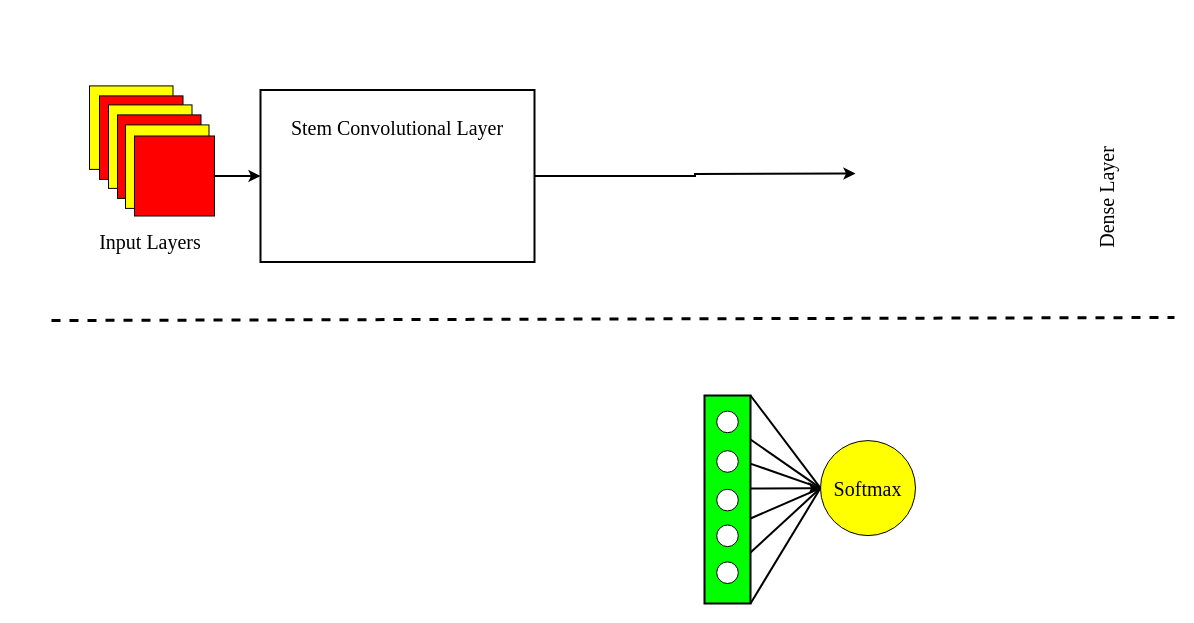
This is Efficient Net B7.drawio from a3X3k/-Random-, a draw.io file, before an edit. Source tidied: cells renumbered, new cells numbered last; positions are measured from the earlier drawing's top-left corner, leaving out a move shared by most shapes. Both pictures are drawn from the tidied source at 100%, with x=0, y=0 at pixel (51, 85).
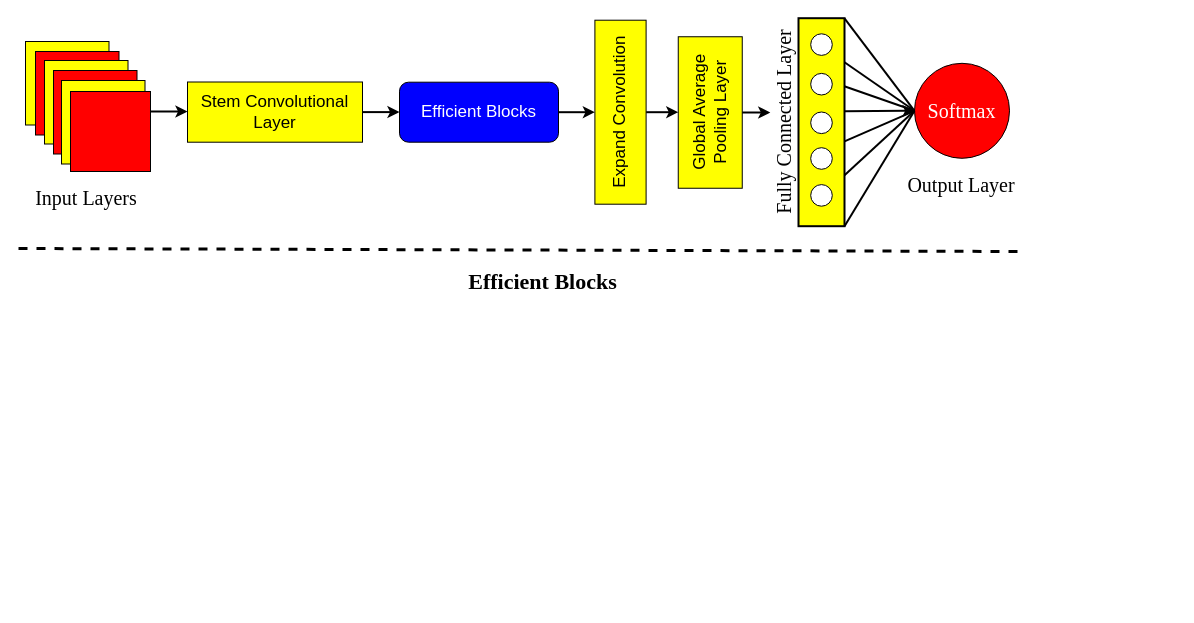
The same page after the edit.

The edit, as a diff of the source:
```diff
@@
-    <mxCell id="2" style="edgeStyle=orthogonalEdgeStyle;rounded=0;jettySize=auto;html=1;exitX=1;exitY=0.5;exitDx=0;exitDy=0;strokeWidth=2;entryX=0.5;entryY=0;entryDx=0;entryDy=0;" parent="1" edge="1" source="3">
-      <mxGeometry relative="1" as="geometry">
-        <mxPoint x="804" y="88" as="targetPoint" />
-      </mxGeometry>
-    </mxCell>
-    <mxCell id="3" style="rounded=0;whiteSpace=wrap;html=1;strokeWidth=2;labelPosition=center;verticalLabelPosition=middle;align=center;verticalAlign=middle;" parent="1" vertex="1">
-      <mxGeometry x="209" y="4.5" width="274" height="172" as="geometry" />
-    </mxCell>
     <mxCell id="4" style="whiteSpace=wrap;html=1;fillColor=#FFFF00;shadow=0;strokeColor=#000000;rounded=0;sketch=0;glass=0;strokeWidth=1;fillStyle=auto;perimeterSpacing=0;fontSize=20;" parent="1" vertex="1">
-      <mxGeometry x="38" y="0.4" width="83.5" height="83.5" as="geometry" />
+      <mxGeometry x="-26" y="-44" width="83.5" height="83.5" as="geometry" />
     </mxCell>
     <mxCell id="5" style="whiteSpace=wrap;html=1;fillColor=#FF0000;shadow=0;strokeColor=#000000;rounded=0;sketch=0;glass=0;strokeWidth=1;fillStyle=auto;perimeterSpacing=0;fontSize=20;" parent="1" vertex="1">
-      <mxGeometry x="48" y="10.4" width="83.5" height="83.5" as="geometry" />
+      <mxGeometry x="-16" y="-34" width="83.5" height="83.5" as="geometry" />
     </mxCell>
     <mxCell id="6" style="whiteSpace=wrap;html=1;fillColor=#FFFF00;shadow=0;strokeColor=#000000;rounded=0;sketch=0;glass=0;strokeWidth=1;fillStyle=auto;perimeterSpacing=0;fontSize=20;" parent="1" vertex="1">
-      <mxGeometry x="57" y="19.4" width="83.5" height="83.5" as="geometry" />
+      <mxGeometry x="-7" y="-25" width="83.5" height="83.5" as="geometry" />
     </mxCell>
     <mxCell id="7" style="whiteSpace=wrap;html=1;fillColor=#FF0000;shadow=0;strokeColor=#000000;rounded=0;sketch=0;glass=0;strokeWidth=1;fillStyle=auto;perimeterSpacing=0;fontSize=20;" parent="1" vertex="1">
-      <mxGeometry x="66" y="29.4" width="83.5" height="83.5" as="geometry" />
+      <mxGeometry x="2" y="-15" width="83.5" height="83.5" as="geometry" />
     </mxCell>
     <mxCell id="8" style="whiteSpace=wrap;html=1;fillColor=#FFFF00;shadow=0;strokeColor=#000000;rounded=0;sketch=0;glass=0;strokeWidth=1;fillStyle=auto;perimeterSpacing=0;fontSize=20;" parent="1" vertex="1">
-      <mxGeometry x="74" y="39.4" width="83.5" height="83.5" as="geometry" />
+      <mxGeometry x="10" y="-5" width="83.5" height="83.5" as="geometry" />
     </mxCell>
-    <mxCell id="9" style="edgeStyle=orthogonalEdgeStyle;rounded=0;jettySize=auto;html=1;exitX=1;exitY=0.5;exitDx=0;exitDy=0;entryX=0;entryY=0.5;entryDx=0;entryDy=0;strokeWidth=2;" parent="1" edge="1" source="10" target="3">
-      <mxGeometry relative="1" as="geometry" />
-    </mxCell>
+    <mxCell id="29" style="edgeStyle=orthogonalEdgeStyle;rounded=0;jettySize=auto;html=1;exitX=1;exitY=0.25;exitDx=0;exitDy=0;entryX=0;entryY=0.5;entryDx=0;entryDy=0;strokeWidth=2;" parent="1" edge="1" source="10" target="26">
+      <mxGeometry relative="1" as="geometry" />
+    </mxCell>
     <mxCell id="10" style="whiteSpace=wrap;html=1;fillColor=#FF0000;shadow=0;strokeColor=#000000;rounded=0;sketch=0;glass=0;strokeWidth=1;fillStyle=auto;perimeterSpacing=0;fontSize=20;flipH=0;flipV=1;rotation=0;" parent="1" vertex="1">
-      <mxGeometry x="83" y="50.5" width="80" height="80" as="geometry" />
+      <mxGeometry x="19" y="6" width="80" height="80" as="geometry" />
     </mxCell>
-    <mxCell id="11" style="rounded=0;whiteSpace=wrap;html=1;shadow=0;glass=0;sketch=0;fillStyle=auto;strokeColor=#000000;strokeWidth=2;fillColor=#00FF00;gradientColor=none;direction=south;textDirection=ltr;horizontal=0;fontFamily=Times New Roman;fontSize=20;" parent="1" vertex="1">
-      <mxGeometry x="653" y="310" width="46" height="208" as="geometry" />
+    <mxCell id="11" style="rounded=0;whiteSpace=wrap;html=1;shadow=0;glass=0;sketch=0;fillStyle=auto;strokeColor=#000000;strokeWidth=2;fillColor=#FFFF00;gradientColor=none;direction=south;textDirection=ltr;horizontal=0;fontFamily=Times New Roman;fontSize=20;" parent="1" vertex="1">
+      <mxGeometry x="747" y="-67.3" width="46" height="208" as="geometry" />
     </mxCell>
     <mxCell id="12" style="ellipse;whiteSpace=wrap;html=1;rounded=0;shadow=0;glass=0;sketch=0;fillStyle=auto;strokeColor=#000000;strokeWidth=1;fontFamily=Times New Roman;fontSize=20;fillColor=#FFFFFF;gradientColor=none;" parent="1" vertex="1">
-      <mxGeometry x="665.2" y="325.6" width="21.6" height="21.6" as="geometry" />
+      <mxGeometry x="759.2" y="-51.7" width="21.6" height="21.6" as="geometry" />
     </mxCell>
     <mxCell id="13" value="Input Layers" style="text;html=1;strokeColor=none;fillColor=none;align=center;verticalAlign=middle;whiteSpace=wrap;rounded=0;shadow=0;glass=0;sketch=0;fillStyle=auto;strokeWidth=1;fontFamily=Times New Roman;fontSize=20;" parent="1" vertex="1">
-      <mxGeometry x="43.6" y="141.3" width="110.2" height="30" as="geometry" />
+      <mxGeometry x="-20.4" y="96.9" width="110.2" height="30" as="geometry" />
     </mxCell>
     <mxCell id="14" style="ellipse;whiteSpace=wrap;html=1;rounded=0;shadow=0;glass=0;sketch=0;fillStyle=auto;strokeColor=#000000;strokeWidth=1;fontFamily=Times New Roman;fontSize=20;fillColor=#FFFFFF;gradientColor=none;" parent="1" vertex="1">
-      <mxGeometry x="665.2" y="365.2" width="21.6" height="21.6" as="geometry" />
+      <mxGeometry x="759.2" y="-12.1" width="21.6" height="21.6" as="geometry" />
     </mxCell>
     <mxCell id="15" style="ellipse;whiteSpace=wrap;html=1;rounded=0;shadow=0;glass=0;sketch=0;fillStyle=auto;strokeColor=#000000;strokeWidth=1;fontFamily=Times New Roman;fontSize=20;fillColor=#FFFFFF;gradientColor=none;" parent="1" vertex="1">
-      <mxGeometry x="665.2" y="403.8" width="21.6" height="21.6" as="geometry" />
+      <mxGeometry x="759.2" y="26.5" width="21.6" height="21.6" as="geometry" />
     </mxCell>
     <mxCell id="16" style="ellipse;whiteSpace=wrap;html=1;rounded=0;shadow=0;glass=0;sketch=0;fillStyle=auto;strokeColor=#000000;strokeWidth=1;fontFamily=Times New Roman;fontSize=20;fillColor=#FFFFFF;gradientColor=none;" parent="1" vertex="1">
-      <mxGeometry x="665.2" y="439.5" width="21.6" height="21.6" as="geometry" />
+      <mxGeometry x="759.2" y="62.2" width="21.6" height="21.6" as="geometry" />
     </mxCell>
     <mxCell id="17" style="ellipse;whiteSpace=wrap;html=1;rounded=0;shadow=0;glass=0;sketch=0;fillStyle=auto;strokeColor=#000000;strokeWidth=1;fontFamily=Times New Roman;fontSize=20;fillColor=#FFFFFF;gradientColor=none;" parent="1" vertex="1">
-      <mxGeometry x="665.2" y="476.4" width="21.6" height="21.6" as="geometry" />
+      <mxGeometry x="759.2" y="99.1" width="21.6" height="21.6" as="geometry" />
     </mxCell>
-    <mxCell id="18" value="Softmax" style="ellipse;whiteSpace=wrap;html=1;rounded=0;shadow=0;glass=0;sketch=0;fillStyle=auto;strokeColor=#000000;strokeWidth=1;fontFamily=Times New Roman;fontSize=20;fillColor=#FFFF00;gradientColor=none;" parent="1" vertex="1">
-      <mxGeometry x="769" y="355.1" width="95" height="95" as="geometry" />
+    <mxCell id="18" value="&lt;font color=&quot;#ffffff&quot;&gt;Softmax&lt;/font&gt;" style="ellipse;whiteSpace=wrap;html=1;rounded=0;shadow=0;glass=0;sketch=0;fillStyle=auto;strokeColor=#000000;strokeWidth=1;fontFamily=Times New Roman;fontSize=20;fillColor=#FF0000;gradientColor=none;" parent="1" vertex="1">
+      <mxGeometry x="863" y="-22.2" width="95" height="95" as="geometry" />
     </mxCell>
     <mxCell id="19" style="endArrow=classic;html=1;rounded=0;strokeWidth=2;fontFamily=Times New Roman;fontSize=20;entryX=0;entryY=0.5;entryDx=0;entryDy=0;" parent="1" edge="1" target="18">
       <mxGeometry relative="1" as="geometry">
-        <mxPoint x="699" y="403" as="sourcePoint" />
+        <mxPoint x="793" y="25.8" as="sourcePoint" />
       </mxGeometry>
     </mxCell>
     <mxCell id="20" style="endArrow=none;html=1;rounded=0;strokeWidth=2;fontFamily=Times New Roman;fontSize=20;exitX=0;exitY=0.5;exitDx=0;exitDy=0;" parent="1" edge="1" source="18">
       <mxGeometry relative="1" as="geometry">
-        <mxPoint x="699" y="310" as="targetPoint" />
+        <mxPoint x="793" y="-67.2" as="targetPoint" />
       </mxGeometry>
     </mxCell>
     <mxCell id="21" style="endArrow=none;html=1;rounded=0;strokeWidth=2;fontFamily=Times New Roman;fontSize=20;entryX=0;entryY=0.5;entryDx=0;entryDy=0;" parent="1" edge="1" target="18">
       <mxGeometry relative="1" as="geometry">
-        <mxPoint x="699" y="518" as="sourcePoint" />
+        <mxPoint x="793" y="140.8" as="sourcePoint" />
       </mxGeometry>
     </mxCell>
     <mxCell id="22" style="endArrow=none;html=1;rounded=0;strokeWidth=2;fontFamily=Times New Roman;fontSize=20;entryX=0;entryY=0.5;entryDx=0;entryDy=0;" parent="1" edge="1" target="18">
       <mxGeometry relative="1" as="geometry">
-        <mxPoint x="699" y="354" as="sourcePoint" />
+        <mxPoint x="793" y="-23.2" as="sourcePoint" />
       </mxGeometry>
     </mxCell>
     <mxCell id="23" style="endArrow=none;html=1;rounded=0;strokeWidth=2;fontFamily=Times New Roman;fontSize=20;entryX=0;entryY=0.5;entryDx=0;entryDy=0;" parent="1" edge="1" target="18">
       <mxGeometry relative="1" as="geometry">
-        <mxPoint x="699" y="467" as="sourcePoint" />
+        <mxPoint x="793" y="89.8" as="sourcePoint" />
       </mxGeometry>
     </mxCell>
     <mxCell id="24" style="endArrow=none;html=1;rounded=0;strokeWidth=2;fontFamily=Times New Roman;fontSize=20;fontColor=#000000;entryX=0;entryY=0.5;entryDx=0;entryDy=0;" parent="1" edge="1" target="18">
       <mxGeometry relative="1" as="geometry">
-        <mxPoint x="699" y="433" as="sourcePoint" />
+        <mxPoint x="793" y="55.8" as="sourcePoint" />
       </mxGeometry>
     </mxCell>
     <mxCell id="25" style="endArrow=none;html=1;rounded=0;strokeWidth=2;fontFamily=Times New Roman;fontSize=20;fontColor=#000000;entryX=0;entryY=0.5;entryDx=0;entryDy=0;exitX=0.186;exitY=0.414;exitDx=0;exitDy=0;exitPerimeter=0;" parent="1" edge="1" target="18">
       <mxGeometry relative="1" as="geometry">
-        <mxPoint x="698.8" y="378.1" as="sourcePoint" />
+        <mxPoint x="792.8" y="0.8" as="sourcePoint" />
       </mxGeometry>
     </mxCell>
-    <mxCell id="26" value="Stem Convolutional Layer" style="text;html=1;strokeColor=none;fillColor=none;align=center;verticalAlign=middle;whiteSpace=wrap;rounded=0;shadow=0;glass=0;sketch=0;fillStyle=auto;strokeWidth=1;fontFamily=Times New Roman;fontSize=20;" parent="1" vertex="1">
-      <mxGeometry x="235" y="27.2" width="222" height="30" as="geometry" />
-    </mxCell>
-    <mxCell id="27" value="Dense Layer" style="text;html=1;strokeColor=none;fillColor=none;align=center;verticalAlign=middle;whiteSpace=wrap;rounded=0;shadow=0;glass=0;sketch=0;fillStyle=auto;strokeWidth=1;fontFamily=Times New Roman;fontSize=20;horizontal=1;rotation=270;" parent="1" vertex="1">
-      <mxGeometry x="999" y="97" width="111" height="30" as="geometry" />
+    <mxCell id="27" value="Fully Connected Layer" style="text;html=1;strokeColor=none;fillColor=none;align=center;verticalAlign=middle;whiteSpace=wrap;rounded=0;shadow=0;glass=0;sketch=0;fillStyle=auto;strokeWidth=1;fontFamily=Times New Roman;fontSize=20;horizontal=1;rotation=270;" parent="1" vertex="1">
+      <mxGeometry x="633" y="21.7" width="196.5" height="30" as="geometry" />
     </mxCell>
     <mxCell id="28" style="endArrow=none;dashed=1;html=1;rounded=0;strokeWidth=3;" parent="1" edge="1">
       <mxGeometry relative="1" as="geometry">
-        <mxPoint y="235" as="sourcePoint" />
-        <mxPoint x="1123" y="232" as="targetPoint" />
+        <mxPoint x="-33" y="163" as="sourcePoint" />
+        <mxPoint x="968" y="166" as="targetPoint" />
       </mxGeometry>
     </mxCell>
+    <mxCell id="30" style="edgeStyle=orthogonalEdgeStyle;rounded=0;jettySize=auto;html=1;exitX=1;exitY=0.5;exitDx=0;exitDy=0;entryX=0.5;entryY=0;entryDx=0;entryDy=0;strokeWidth=2;" parent="1" edge="1" source="31" target="34">
+      <mxGeometry relative="1" as="geometry" />
+    </mxCell>
+    <mxCell id="31" value="&lt;font color=&quot;#ffffff&quot; style=&quot;font-size: 17px;&quot;&gt;Efficient Blocks&lt;/font&gt;" style="rounded=1;whiteSpace=wrap;html=1;fillColor=#0000FF;" parent="1" vertex="1">
+      <mxGeometry x="348" y="-3.3" width="159" height="60" as="geometry" />
+    </mxCell>
+    <mxCell id="32" style="edgeStyle=orthogonalEdgeStyle;rounded=0;jettySize=auto;html=1;exitX=1;exitY=0.5;exitDx=0;exitDy=0;entryX=0;entryY=0.5;entryDx=0;entryDy=0;strokeWidth=2;" parent="1" edge="1" source="26" target="31">
+      <mxGeometry relative="1" as="geometry" />
+    </mxCell>
+    <mxCell id="26" value="&lt;font style=&quot;font-size: 17px;&quot;&gt;Stem Convolutional&lt;br&gt;Layer&lt;/font&gt;" style="rounded=0;whiteSpace=wrap;html=1;rotation=0;horizontal=1;fillColor=#FFFF00;" parent="1" vertex="1">
+      <mxGeometry x="136" y="-3.5" width="175" height="60.2" as="geometry" />
+    </mxCell>
+    <mxCell id="33" style="edgeStyle=orthogonalEdgeStyle;rounded=0;jettySize=auto;html=1;exitX=0.5;exitY=1;exitDx=0;exitDy=0;entryX=0.5;entryY=0;entryDx=0;entryDy=0;strokeWidth=2;" parent="1" edge="1" source="34" target="35">
+      <mxGeometry relative="1" as="geometry" />
+    </mxCell>
+    <mxCell id="34" value="&lt;font style=&quot;font-size: 17px;&quot;&gt;Expand Convolution&lt;/font&gt;" style="rounded=0;whiteSpace=wrap;html=1;rotation=-90;horizontal=1;fillColor=#FFFF00;" parent="1" vertex="1">
+      <mxGeometry x="477" y="1.1" width="184" height="51.2" as="geometry" />
+    </mxCell>
+    <mxCell id="35" value="&lt;font style=&quot;font-size: 17px;&quot;&gt;Global Average&lt;br&gt;Pooling Layer&lt;/font&gt;" style="rounded=0;whiteSpace=wrap;html=1;rotation=-90;horizontal=1;fillColor=#FFFF00;" parent="1" vertex="1">
+      <mxGeometry x="583" y="-5" width="151.5" height="64" as="geometry" />
+    </mxCell>
+    <mxCell id="36" style="edgeStyle=orthogonalEdgeStyle;rounded=0;jettySize=auto;html=1;exitX=0.5;exitY=1;exitDx=0;exitDy=0;entryX=0.551;entryY=0.085;entryDx=0;entryDy=0;entryPerimeter=0;strokeWidth=2;" parent="1" edge="1" source="35" target="27">
+      <mxGeometry relative="1" as="geometry" />
+    </mxCell>
+    <mxCell id="37" value="Output Layer" style="text;html=1;strokeColor=none;fillColor=none;align=center;verticalAlign=middle;whiteSpace=wrap;rounded=0;shadow=0;glass=0;sketch=0;fillStyle=auto;strokeWidth=1;fontFamily=Times New Roman;fontSize=20;" parent="1" vertex="1">
+      <mxGeometry x="855.4" y="83.8" width="110.2" height="30" as="geometry" />
+    </mxCell>
+    <mxCell id="38" value="&lt;b&gt;&lt;font style=&quot;font-size: 22px;&quot;&gt;Efficient Blocks&lt;/font&gt;&lt;/b&gt;" style="text;html=1;strokeColor=none;fillColor=none;align=center;verticalAlign=middle;whiteSpace=wrap;rounded=0;shadow=0;glass=0;sketch=0;fillStyle=auto;strokeWidth=1;fontFamily=Times New Roman;fontSize=20;" parent="1" vertex="1">
+      <mxGeometry x="411" y="182" width="161" height="30" as="geometry" />
+    </mxCell>
```
